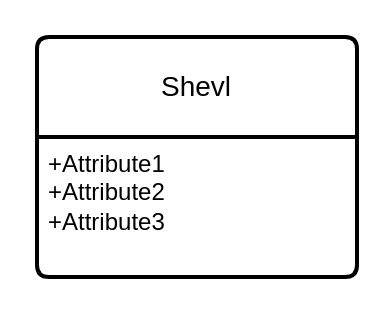
Earlier version of the draw.io diagram Storage_helper/Diagramme sans nom.drawio (Toitoine17/Storage_Helper). Source tidied: cells renumbered, new cells numbered last; positions are measured from the earlier drawing's top-left corner, leaving out a move shared by most shapes. Both pictures are drawn from the tidied source at 200%, with x=0, y=0 at pixel (36, 36).
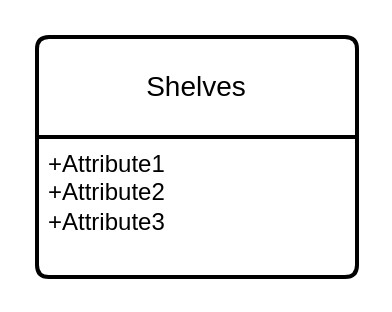
The same diagram, later.

Commit message (it also covers changes not shown here):
Mettre à jour Diagramme sans nom.drawio

The edit, as a diff of the source:
```diff
@@
 <mxGraphModel>
   <root>
     <mxCell id="0" />
     <mxCell id="1" parent="0" />
-    <mxCell id="2" value="Shevl" style="swimlane;horizontal=1;startSize=50;rounded=1;fontSize=14;fontStyle=0;strokeWidth=2;shadow=0;dashed=0;align=center;arcSize=4;whiteSpace=wrap;html=1;" parent="1" vertex="1">
+    <mxCell id="2" value="Shelves" style="swimlane;horizontal=1;startSize=50;rounded=1;fontSize=14;fontStyle=0;strokeWidth=2;shadow=0;dashed=0;align=center;arcSize=4;whiteSpace=wrap;html=1;" parent="1" vertex="1">
       <mxGeometry width="160" height="120" as="geometry" />
     </mxCell>
     <mxCell id="3" value="+Attribute1&#10;+Attribute2&#10;+Attribute3" style="align=left;strokeColor=none;fillColor=none;spacingLeft=4;fontSize=12;verticalAlign=top;html=1;" parent="2" vertex="1">
       <mxGeometry y="50" width="160" height="70" as="geometry" />
     </mxCell>
   </root>
 </mxGraphModel>
```
